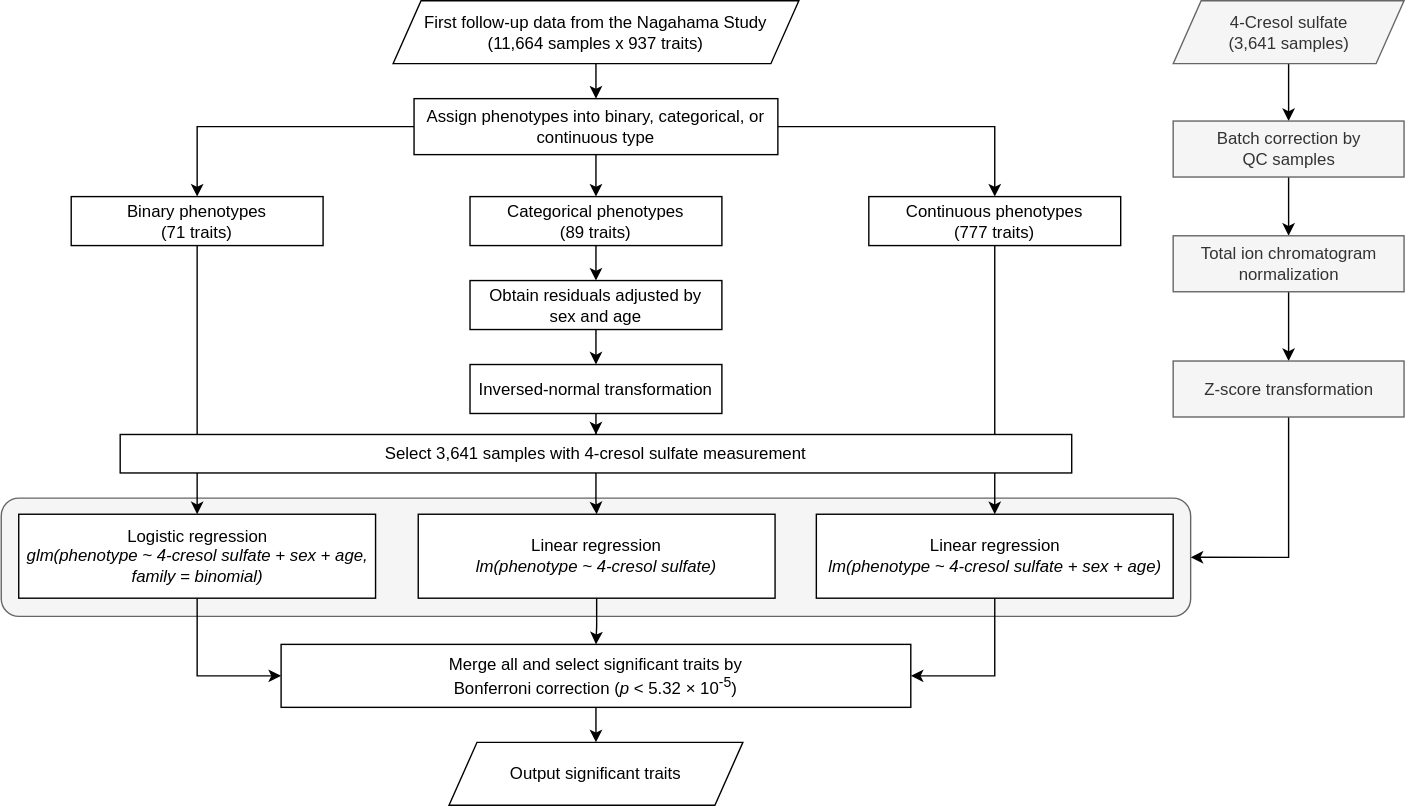
The draw.io diagram workflow.svg in janiceou/website_log, before a commit. Source tidied: cells renumbered, new cells last; positions are measured from the earlier drawing's top-left corner, leaving out a move shared by most shapes. The source it was exported from:
```xml
<mxGraphModel>
  <root>
    <mxCell id="0" />
    <mxCell id="1" parent="0" />
    <mxCell id="2" style="rounded=1;whiteSpace=wrap;html=1;fillColor=#f5f5f5;fontColor=#333333;strokeColor=#666666;" parent="1" vertex="1">
      <mxGeometry y="355.5" width="850" height="84.5" as="geometry" />
    </mxCell>
    <mxCell id="3" style="edgeStyle=orthogonalEdgeStyle;rounded=0;jettySize=auto;html=1;exitX=0.5;exitY=1;exitDx=0;exitDy=0;" parent="1" edge="1" source="4" target="8">
      <mxGeometry relative="1" as="geometry" />
    </mxCell>
    <mxCell id="4" value="First follow-up data from the Nagahama Study&lt;br&gt;(11,664 samples x 937 traits)" style="shape=parallelogram;perimeter=parallelogramPerimeter;whiteSpace=wrap;html=1;fixedSize=1;" parent="1" vertex="1">
      <mxGeometry x="280" width="290" height="45" as="geometry" />
    </mxCell>
    <mxCell id="5" style="edgeStyle=orthogonalEdgeStyle;rounded=0;jettySize=auto;html=1;" parent="1" edge="1" source="8" target="10">
      <mxGeometry relative="1" as="geometry" />
    </mxCell>
    <mxCell id="6" style="edgeStyle=orthogonalEdgeStyle;rounded=0;jettySize=auto;html=1;" parent="1" edge="1" source="8" target="12">
      <mxGeometry relative="1" as="geometry" />
    </mxCell>
    <mxCell id="7" style="edgeStyle=orthogonalEdgeStyle;rounded=0;jettySize=auto;html=1;" parent="1" edge="1" target="14">
      <mxGeometry relative="1" as="geometry">
        <mxPoint x="553" y="90" as="sourcePoint" />
      </mxGeometry>
    </mxCell>
    <mxCell id="8" value="Assign phenotypes into binary, categorical, or continuous type" style="rounded=0;whiteSpace=wrap;html=1;" parent="1" vertex="1">
      <mxGeometry x="295" y="70" width="260" height="40" as="geometry" />
    </mxCell>
    <mxCell id="9" style="edgeStyle=orthogonalEdgeStyle;rounded=0;jettySize=auto;html=1;" parent="1" edge="1" source="10" target="16">
      <mxGeometry relative="1" as="geometry" />
    </mxCell>
    <mxCell id="10" value="Categorical phenotypes&lt;br&gt;(89 traits)" style="whiteSpace=wrap;html=1;rounded=0;" parent="1" vertex="1">
      <mxGeometry x="335" y="140" width="180" height="35" as="geometry" />
    </mxCell>
    <mxCell id="11" style="edgeStyle=orthogonalEdgeStyle;rounded=0;jettySize=auto;html=1;exitX=0.5;exitY=1;exitDx=0;exitDy=0;entryX=0.5;entryY=0;entryDx=0;entryDy=0;" parent="1" edge="1" source="12" target="24">
      <mxGeometry relative="1" as="geometry" />
    </mxCell>
    <mxCell id="12" value="Binary phenotypes&lt;br&gt;(71 traits)" style="whiteSpace=wrap;html=1;rounded=0;" parent="1" vertex="1">
      <mxGeometry x="50" y="140" width="180" height="35" as="geometry" />
    </mxCell>
    <mxCell id="13" style="edgeStyle=orthogonalEdgeStyle;rounded=0;jettySize=auto;html=1;exitX=0.5;exitY=1;exitDx=0;exitDy=0;" parent="1" edge="1" source="14" target="26">
      <mxGeometry relative="1" as="geometry" />
    </mxCell>
    <mxCell id="14" value="Continuous phenotypes&lt;br&gt;(777 traits)" style="whiteSpace=wrap;html=1;rounded=0;" parent="1" vertex="1">
      <mxGeometry x="620" y="140" width="180" height="35" as="geometry" />
    </mxCell>
    <mxCell id="15" style="edgeStyle=orthogonalEdgeStyle;rounded=0;jettySize=auto;html=1;" parent="1" edge="1" source="16" target="18">
      <mxGeometry relative="1" as="geometry" />
    </mxCell>
    <mxCell id="16" value="Obtain residuals adjusted by &lt;br&gt;sex and age" style="whiteSpace=wrap;html=1;rounded=0;" parent="1" vertex="1">
      <mxGeometry x="335" y="200" width="180" height="35" as="geometry" />
    </mxCell>
    <mxCell id="17" style="edgeStyle=orthogonalEdgeStyle;rounded=0;jettySize=auto;html=1;" parent="1" edge="1" source="18" target="20">
      <mxGeometry relative="1" as="geometry" />
    </mxCell>
    <mxCell id="18" value="Inversed-normal transformation" style="whiteSpace=wrap;html=1;rounded=0;" parent="1" vertex="1">
      <mxGeometry x="335" y="260" width="180" height="35" as="geometry" />
    </mxCell>
    <mxCell id="19" style="edgeStyle=orthogonalEdgeStyle;rounded=0;jettySize=auto;html=1;" parent="1" edge="1" source="20" target="22">
      <mxGeometry relative="1" as="geometry" />
    </mxCell>
    <mxCell id="20" value="Select 3,641 samples with 4-cresol sulfate measurement" style="whiteSpace=wrap;html=1;rounded=0;" parent="1" vertex="1">
      <mxGeometry x="85" y="310" width="680" height="27.5" as="geometry" />
    </mxCell>
    <mxCell id="21" style="edgeStyle=orthogonalEdgeStyle;rounded=0;jettySize=auto;html=1;" parent="1" edge="1" source="22" target="28">
      <mxGeometry relative="1" as="geometry" />
    </mxCell>
    <mxCell id="22" value="Linear regression&lt;br&gt;&lt;i&gt;lm(phenotype ~ 4-cresol sulfate)&lt;/i&gt;" style="whiteSpace=wrap;html=1;rounded=0;" parent="1" vertex="1">
      <mxGeometry x="298" y="367" width="255" height="60" as="geometry" />
    </mxCell>
    <mxCell id="23" style="edgeStyle=orthogonalEdgeStyle;rounded=0;jettySize=auto;html=1;entryX=0;entryY=0.5;entryDx=0;entryDy=0;" parent="1" edge="1" source="24" target="28">
      <mxGeometry relative="1" as="geometry" />
    </mxCell>
    <mxCell id="24" value="Logistic regression&lt;br&gt;&lt;i&gt;glm(phenotype ~ 4-cresol sulfate + sex + age, family = binomial)&lt;/i&gt;" style="rounded=0;whiteSpace=wrap;html=1;" parent="1" vertex="1">
      <mxGeometry x="12.5" y="367" width="255" height="60" as="geometry" />
    </mxCell>
    <mxCell id="25" style="edgeStyle=orthogonalEdgeStyle;rounded=0;jettySize=auto;html=1;entryX=1;entryY=0.5;entryDx=0;entryDy=0;" parent="1" edge="1" source="26" target="28">
      <mxGeometry relative="1" as="geometry" />
    </mxCell>
    <mxCell id="26" value="Linear regression&lt;br&gt;&lt;i style=&quot;border-color: var(--border-color);&quot;&gt;lm(phenotype ~ 4-cresol sulfate + sex + age)&lt;/i&gt;" style="rounded=0;whiteSpace=wrap;html=1;" parent="1" vertex="1">
      <mxGeometry x="582.5" y="367" width="255" height="60" as="geometry" />
    </mxCell>
    <mxCell id="27" style="edgeStyle=orthogonalEdgeStyle;rounded=0;jettySize=auto;html=1;" parent="1" edge="1" source="28" target="29">
      <mxGeometry relative="1" as="geometry" />
    </mxCell>
    <mxCell id="28" value="Merge all and select significant traits by &lt;br&gt;Bonferroni correction (&lt;i&gt;p&lt;/i&gt; &amp;lt; 5.32&amp;nbsp;× 10&lt;sup&gt;-5&lt;/sup&gt;)" style="whiteSpace=wrap;html=1;rounded=0;" parent="1" vertex="1">
      <mxGeometry x="200" y="460" width="450" height="45" as="geometry" />
    </mxCell>
    <mxCell id="29" value="Output significant traits" style="shape=parallelogram;perimeter=parallelogramPerimeter;whiteSpace=wrap;html=1;fixedSize=1;rounded=0;" parent="1" vertex="1">
      <mxGeometry x="320" y="530" width="210" height="45" as="geometry" />
    </mxCell>
    <mxCell id="30" style="edgeStyle=orthogonalEdgeStyle;rounded=0;jettySize=auto;html=1;" parent="1" edge="1" source="31" target="33">
      <mxGeometry relative="1" as="geometry" />
    </mxCell>
    <mxCell id="31" value="4-Cresol sulfate&lt;br&gt;(3,641 samples)" style="shape=parallelogram;perimeter=parallelogramPerimeter;whiteSpace=wrap;html=1;fixedSize=1;fillColor=#f5f5f5;fontColor=#333333;strokeColor=#666666;" parent="1" vertex="1">
      <mxGeometry x="837.5" width="165" height="45" as="geometry" />
    </mxCell>
    <mxCell id="32" style="edgeStyle=orthogonalEdgeStyle;rounded=0;jettySize=auto;html=1;" parent="1" edge="1" source="33" target="35">
      <mxGeometry relative="1" as="geometry" />
    </mxCell>
    <mxCell id="33" value="Batch correction by &lt;br&gt;QC samples" style="whiteSpace=wrap;html=1;fillColor=#f5f5f5;strokeColor=#666666;fontColor=#333333;" parent="1" vertex="1">
      <mxGeometry x="837.5" y="86" width="165" height="40" as="geometry" />
    </mxCell>
    <mxCell id="34" style="edgeStyle=orthogonalEdgeStyle;rounded=0;jettySize=auto;html=1;" parent="1" edge="1" source="35" target="37">
      <mxGeometry relative="1" as="geometry" />
    </mxCell>
    <mxCell id="35" value="Total ion chromatogram normalization" style="whiteSpace=wrap;html=1;fillColor=#f5f5f5;strokeColor=#666666;fontColor=#333333;" parent="1" vertex="1">
      <mxGeometry x="837.5" y="168" width="165" height="40" as="geometry" />
    </mxCell>
    <mxCell id="36" style="edgeStyle=orthogonalEdgeStyle;rounded=0;jettySize=auto;html=1;entryX=1;entryY=0.5;entryDx=0;entryDy=0;" parent="1" edge="1" source="37" target="2">
      <mxGeometry relative="1" as="geometry">
        <Array as="points">
          <mxPoint x="920" y="397" />
        </Array>
      </mxGeometry>
    </mxCell>
    <mxCell id="37" value="Z-score transformation" style="whiteSpace=wrap;html=1;fillColor=#f5f5f5;strokeColor=#666666;fontColor=#333333;" parent="1" vertex="1">
      <mxGeometry x="837.5" y="257.5" width="165" height="40" as="geometry" />
    </mxCell>
  </root>
</mxGraphModel>
```
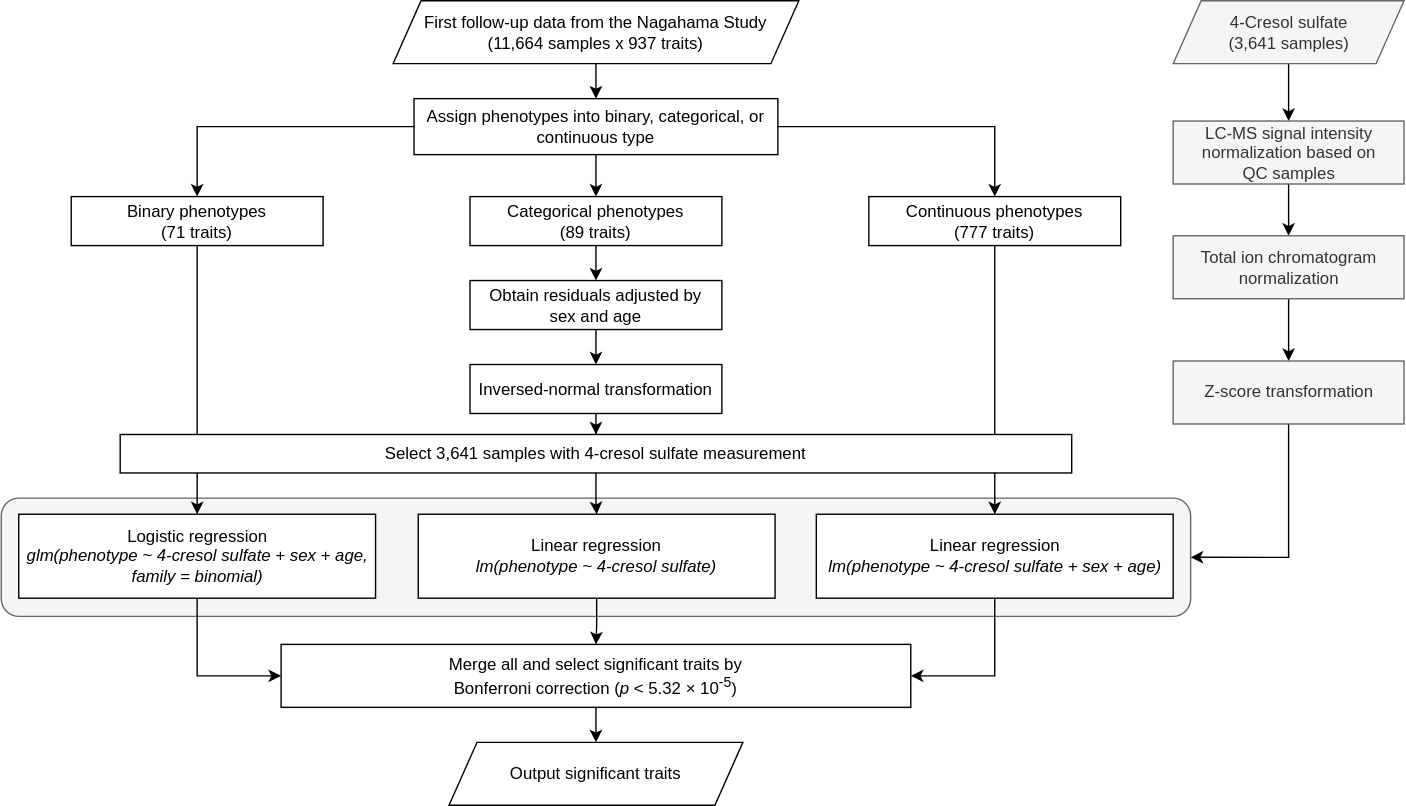
After the commit.

The edit, as a diff of the source:
```diff
@@ -91,20 +91,20 @@
     <mxCell id="30" style="edgeStyle=orthogonalEdgeStyle;rounded=0;jettySize=auto;html=1;" parent="1" edge="1" source="31" target="33">
       <mxGeometry relative="1" as="geometry" />
     </mxCell>
-    <mxCell id="31" value="4-Cresol sulfate&lt;br&gt;(3,641 samples)" style="shape=parallelogram;perimeter=parallelogramPerimeter;whiteSpace=wrap;html=1;fixedSize=1;fillColor=#f5f5f5;fontColor=#333333;strokeColor=#666666;" parent="1" vertex="1">
+    <mxCell id="31" value="4-Cresol sulfate &lt;br&gt;(3,641 samples)" style="shape=parallelogram;perimeter=parallelogramPerimeter;whiteSpace=wrap;html=1;fixedSize=1;fillColor=#f5f5f5;fontColor=#333333;strokeColor=#666666;" parent="1" vertex="1">
       <mxGeometry x="837.5" width="165" height="45" as="geometry" />
     </mxCell>
     <mxCell id="32" style="edgeStyle=orthogonalEdgeStyle;rounded=0;jettySize=auto;html=1;" parent="1" edge="1" source="33" target="35">
       <mxGeometry relative="1" as="geometry" />
     </mxCell>
-    <mxCell id="33" value="Batch correction by &lt;br&gt;QC samples" style="whiteSpace=wrap;html=1;fillColor=#f5f5f5;strokeColor=#666666;fontColor=#333333;" parent="1" vertex="1">
-      <mxGeometry x="837.5" y="86" width="165" height="40" as="geometry" />
+    <mxCell id="33" value="LC-MS signal intensity normalization based on&lt;br&gt;QC samples" style="whiteSpace=wrap;html=1;fillColor=#f5f5f5;strokeColor=#666666;fontColor=#333333;" parent="1" vertex="1">
+      <mxGeometry x="837.5" y="86" width="165" height="45" as="geometry" />
     </mxCell>
     <mxCell id="34" style="edgeStyle=orthogonalEdgeStyle;rounded=0;jettySize=auto;html=1;" parent="1" edge="1" source="35" target="37">
       <mxGeometry relative="1" as="geometry" />
     </mxCell>
     <mxCell id="35" value="Total ion chromatogram normalization" style="whiteSpace=wrap;html=1;fillColor=#f5f5f5;strokeColor=#666666;fontColor=#333333;" parent="1" vertex="1">
-      <mxGeometry x="837.5" y="168" width="165" height="40" as="geometry" />
+      <mxGeometry x="837.5" y="168" width="165" height="45" as="geometry" />
     </mxCell>
     <mxCell id="36" style="edgeStyle=orthogonalEdgeStyle;rounded=0;jettySize=auto;html=1;entryX=1;entryY=0.5;entryDx=0;entryDy=0;" parent="1" edge="1" source="37" target="2">
       <mxGeometry relative="1" as="geometry">
@@ -114,7 +114,7 @@
       </mxGeometry>
     </mxCell>
     <mxCell id="37" value="Z-score transformation" style="whiteSpace=wrap;html=1;fillColor=#f5f5f5;strokeColor=#666666;fontColor=#333333;" parent="1" vertex="1">
-      <mxGeometry x="837.5" y="257.5" width="165" height="40" as="geometry" />
+      <mxGeometry x="837.5" y="257.5" width="165" height="45" as="geometry" />
     </mxCell>
   </root>
 </mxGraphModel>
```
